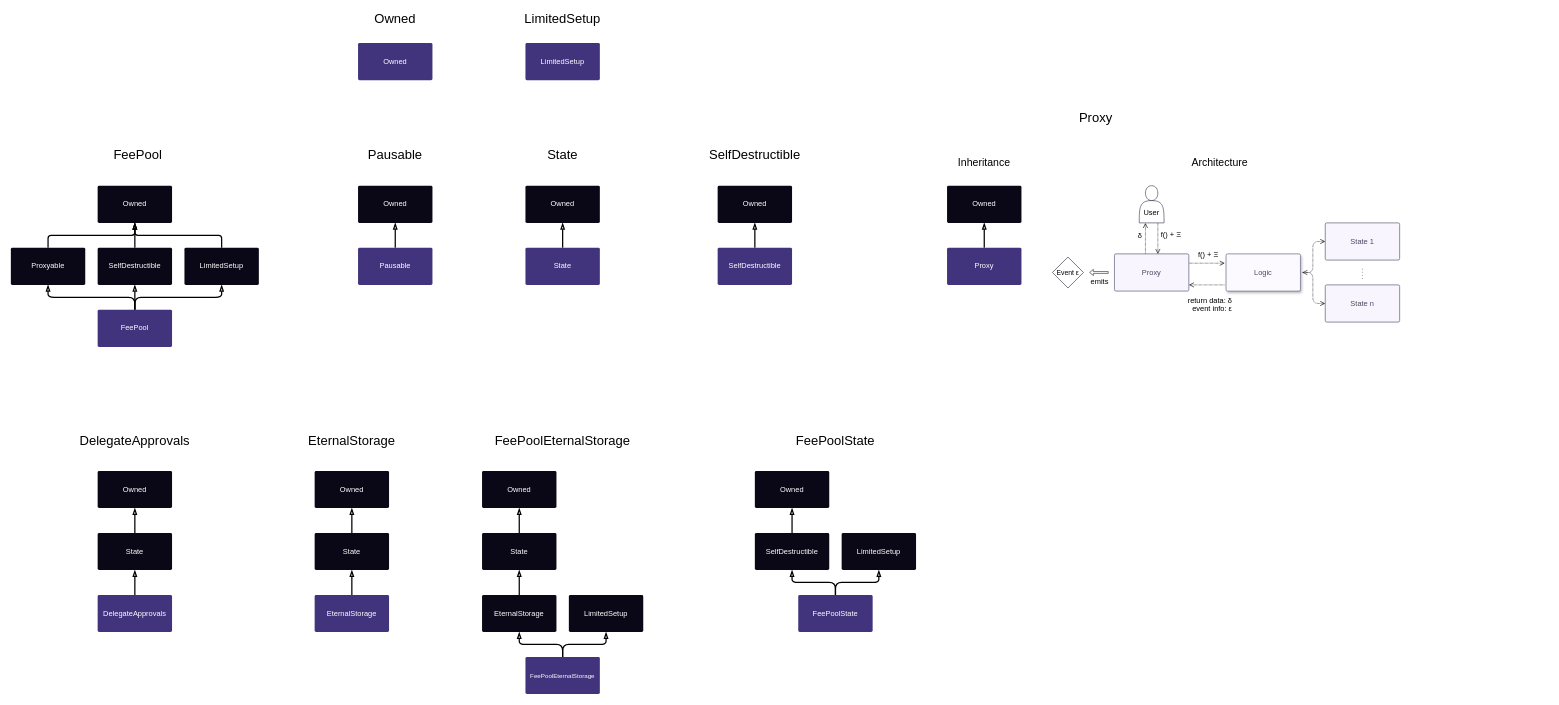
Above: docs/img/graphs/synthetix-docs-graphs.drawio in Synthetixio/synthetix (draw.io), before the change. Source tidied: cells renumbered, new cells numbered last; positions are measured from the earlier drawing's top-left corner, leaving out a move shared by most shapes. Both pictures are drawn from the tidied source at 62%, with x=0, y=0 at pixel (11, 12).
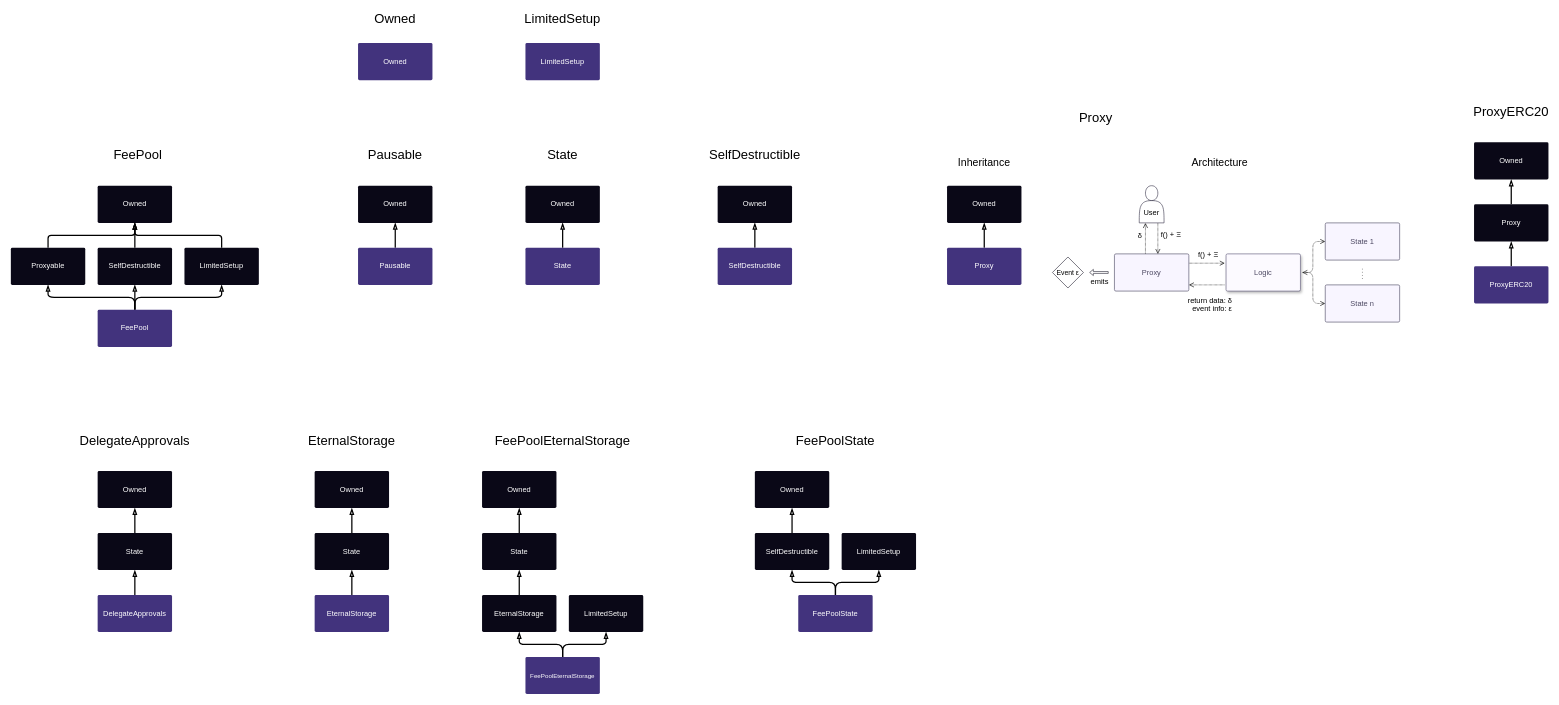
After the change.

The edit, as a diff of the source:
```diff
@@
+    <mxCell id="85" style="edgeStyle=orthogonalEdgeStyle;rounded=1;jettySize=auto;html=1;exitX=0.5;exitY=0;exitDx=0;exitDy=0;entryX=0.5;entryY=1;entryDx=0;entryDy=0;strokeWidth=2;arcSize=10;endArrow=blockThin;endFill=0;" parent="1" edge="1" source="86" target="88">
+      <mxGeometry relative="1" as="geometry" />
+    </mxCell>
+    <mxCell id="86" value="&lt;font color=&quot;#FFFFFF&quot;&gt;ProxyERC20&lt;/font&gt;" style="rounded=1;whiteSpace=wrap;html=1;fillColor=#42337D;strokeColor=none;arcSize=4;gradientColor=none;" parent="1" vertex="1">
+      <mxGeometry x="2360" y="410" width="120" height="60" as="geometry" />
+    </mxCell>
+    <mxCell id="87" style="edgeStyle=orthogonalEdgeStyle;rounded=1;jettySize=auto;html=1;exitX=0.5;exitY=0;exitDx=0;exitDy=0;entryX=0.5;entryY=1;entryDx=0;entryDy=0;endArrow=blockThin;endFill=0;strokeWidth=2;fontSize=21;" parent="1" edge="1" source="88" target="90">
+      <mxGeometry relative="1" as="geometry" />
+    </mxCell>
+    <mxCell id="88" value="&lt;font color=&quot;#FFFFFF&quot;&gt;Proxy&lt;/font&gt;" style="rounded=1;whiteSpace=wrap;html=1;fillColor=#0a0817;strokeColor=none;arcSize=4;" parent="1" vertex="1">
+      <mxGeometry x="2360" y="310" width="120" height="60" as="geometry" />
+    </mxCell>
+    <mxCell id="89" value="&lt;div&gt;ProxyERC20&lt;/div&gt;" style="text;html=1;strokeColor=none;fillColor=none;align=center;verticalAlign=middle;whiteSpace=wrap;rounded=0;fontSize=21;" parent="1" vertex="1">
+      <mxGeometry x="2400" y="150" width="40" height="20" as="geometry" />
+    </mxCell>
+    <mxCell id="90" value="&lt;font color=&quot;#FFFFFF&quot;&gt;Owned&lt;/font&gt;" style="rounded=1;whiteSpace=wrap;html=1;fillColor=#0a0817;strokeColor=none;arcSize=4;" parent="1" vertex="1">
+      <mxGeometry x="2360" y="210" width="120" height="60" as="geometry" />
+    </mxCell>
```
